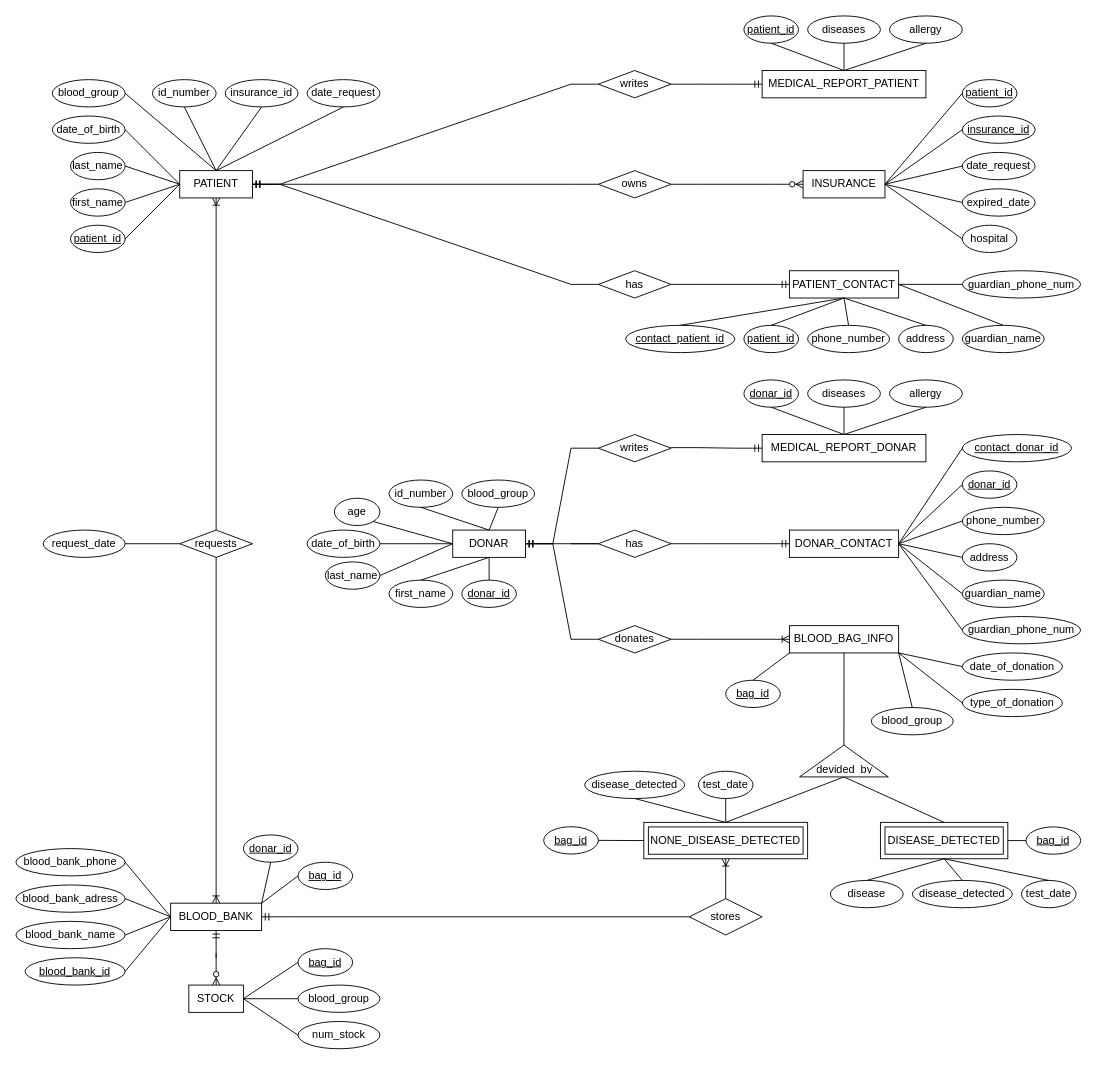
Earlier version of the draw.io diagram Untitled Diagram.drawio (Avrey156/Practical_Database_Concepts). Source tidied: cells renumbered, new cells numbered last; positions are measured from the earlier drawing's top-left corner, leaving out a move shared by most shapes. Both pictures are drawn from the tidied source at 91%, with x=0, y=0 at pixel (15, 15).
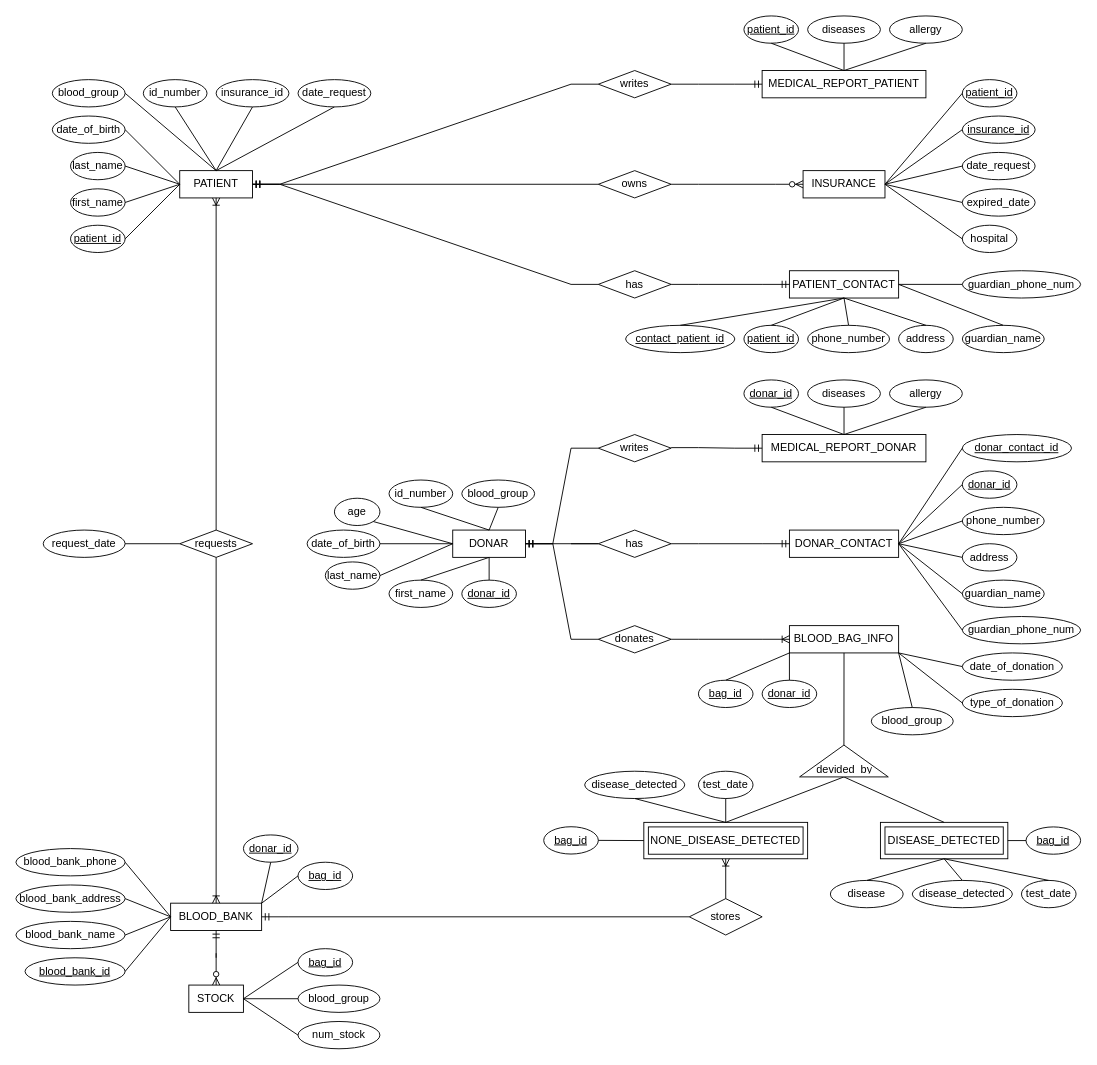
Above is the later version.

Commit message:
Cập nhật Untitled Diagram.drawio

The change refers to these unchanged cells:
```xml
<mxCell id="14" value="BLOOD_BAG_INFO" style="rounded=0;whiteSpace=wrap;html=1;" parent="1" vertex="1">
  <mxGeometry x="850" y="670" width="120" height="30" as="geometry" />
</mxCell>
```

What changed in the source:
```diff
@@
     <mxCell id="4" value="id_number" style="ellipse;whiteSpace=wrap;html=1;" parent="1" vertex="1">
-      <mxGeometry x="150" y="70" width="70" height="30" as="geometry" />
+      <mxGeometry x="140" y="70" width="70" height="30" as="geometry" />
     </mxCell>
@@
     <mxCell id="6" value="insurance_id" style="ellipse;whiteSpace=wrap;html=1;" parent="1" vertex="1">
-      <mxGeometry x="230" y="70" width="80" height="30" as="geometry" />
+      <mxGeometry x="220" y="70" width="80" height="30" as="geometry" />
     </mxCell>
     <mxCell id="7" value="date_request" style="ellipse;whiteSpace=wrap;html=1;" parent="1" vertex="1">
-      <mxGeometry x="320" y="70" width="80" height="30" as="geometry" />
+      <mxGeometry x="310" y="70" width="80" height="30" as="geometry" />
     </mxCell>
@@
-    <mxCell id="64" value="blood_bank_adress" style="ellipse;whiteSpace=wrap;html=1;" parent="1" vertex="1">
+    <mxCell id="64" value="blood_bank_address" style="ellipse;whiteSpace=wrap;html=1;" parent="1" vertex="1">
       <mxGeometry y="955" width="120" height="30" as="geometry" />
     </mxCell>
@@
     <mxCell id="138" value="bag_id" style="ellipse;whiteSpace=wrap;html=1;align=center;fontStyle=4;" parent="1" vertex="1">
-      <mxGeometry x="780" y="730" width="60" height="30" as="geometry" />
+      <mxGeometry x="750" y="730" width="60" height="30" as="geometry" />
     </mxCell>
@@
-    <mxCell id="162" value="contact_donar_id" style="ellipse;whiteSpace=wrap;html=1;align=center;fontStyle=4;" parent="1" vertex="1">
+    <mxCell id="162" value="donar_contact_id" style="ellipse;whiteSpace=wrap;html=1;align=center;fontStyle=4;" parent="1" vertex="1">
       <mxGeometry x="1040" y="460" width="120" height="30" as="geometry" />
     </mxCell>
@@
+    <mxCell id="164" value="donar_id" style="ellipse;whiteSpace=wrap;html=1;align=center;fontStyle=4;" parent="1" vertex="1">
+      <mxGeometry x="820" y="730" width="60" height="30" as="geometry" />
+    </mxCell>
+    <mxCell id="165" style="endArrow=none;html=1;rounded=0;entryX=0.5;entryY=0;entryDx=0;entryDy=0;exitX=0;exitY=1;exitDx=0;exitDy=0;" parent="1" edge="1" source="14" target="164">
+      <mxGeometry relative="1" as="geometry" />
+    </mxCell>
```
